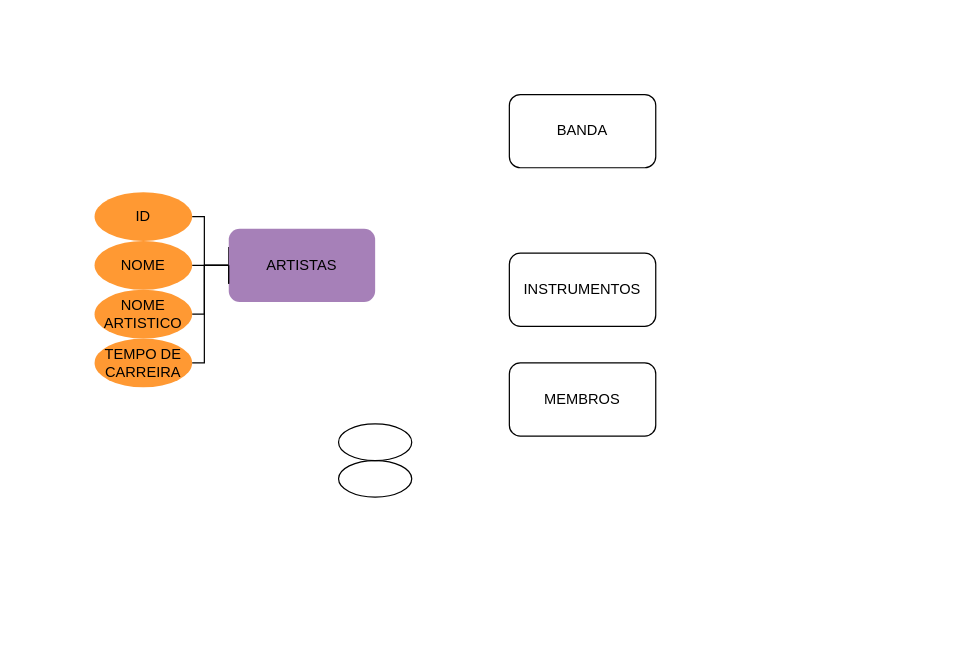
PedroRamosCunha/TrabWeb keeps this draw.io diagram as Untitled Diagram.drawio. Above is the earlier version. Source tidied: cells renumbered, new cells numbered last; positions are measured from the earlier drawing's top-left corner, leaving out a move shared by most shapes. Both pictures are drawn from the tidied source at 122%, with x=0, y=0 at pixel (94, 94).
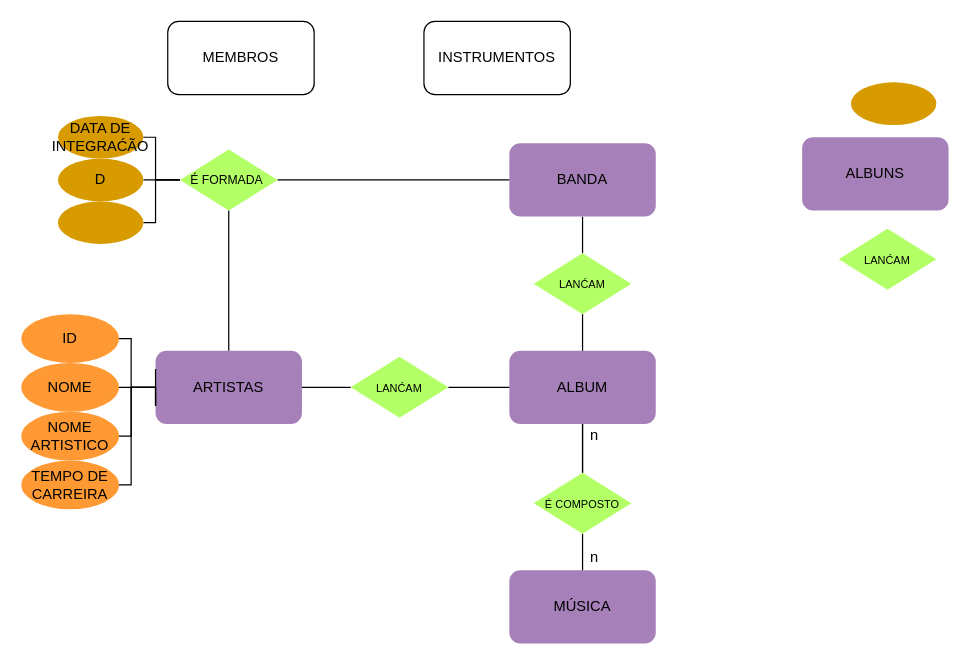
The same page after the edit.

Commit message:
TA GANHANDO FORMA

The edit, as a diff of the source:
```diff
@@
-    <mxCell id="2" style="edgeStyle=orthogonalEdgeStyle;rounded=0;jettySize=auto;html=1;exitX=0;exitY=0.5;exitDx=0;exitDy=0;entryX=1;entryY=0.5;entryDx=0;entryDy=0;endArrow=none;endFill=0;" parent="1" edge="1" source="6" target="13">
-      <mxGeometry relative="1" as="geometry" />
-    </mxCell>
-    <mxCell id="3" style="edgeStyle=orthogonalEdgeStyle;rounded=0;jettySize=auto;html=1;exitX=0;exitY=0.25;exitDx=0;exitDy=0;entryX=1;entryY=0.5;entryDx=0;entryDy=0;endArrow=none;endFill=0;" parent="1" edge="1" source="6" target="10">
-      <mxGeometry relative="1" as="geometry">
-        <Array as="points">
-          <mxPoint x="110" y="140" />
-          <mxPoint x="90" y="140" />
-          <mxPoint x="90" y="100" />
-        </Array>
-      </mxGeometry>
-    </mxCell>
-    <mxCell id="4" style="edgeStyle=orthogonalEdgeStyle;rounded=0;jettySize=auto;html=1;exitX=0;exitY=0.75;exitDx=0;exitDy=0;entryX=1;entryY=0.5;entryDx=0;entryDy=0;endArrow=none;endFill=0;" parent="1" edge="1" source="6" target="11">
-      <mxGeometry relative="1" as="geometry">
-        <Array as="points">
-          <mxPoint x="110" y="140" />
-          <mxPoint x="90" y="140" />
-          <mxPoint x="90" y="180" />
-        </Array>
-      </mxGeometry>
-    </mxCell>
-    <mxCell id="5" style="edgeStyle=orthogonalEdgeStyle;rounded=0;jettySize=auto;html=1;exitX=0;exitY=0.75;exitDx=0;exitDy=0;entryX=1;entryY=0.5;entryDx=0;entryDy=0;endArrow=none;endFill=0;" parent="1" edge="1" source="6" target="12">
-      <mxGeometry relative="1" as="geometry">
-        <Array as="points">
-          <mxPoint x="110" y="140" />
-          <mxPoint x="90" y="140" />
-          <mxPoint x="90" y="220" />
-        </Array>
-      </mxGeometry>
-    </mxCell>
-    <mxCell id="6" value="ARTISTAS" style="rounded=1;whiteSpace=wrap;html=1;strokeColor=none;fillColor=#A680B8;" parent="1" vertex="1">
-      <mxGeometry x="110" y="110" width="120" height="60" as="geometry" />
-    </mxCell>
+    <mxCell id="17" style="edgeStyle=orthogonalEdgeStyle;rounded=0;jettySize=auto;html=1;exitX=0.5;exitY=1;exitDx=0;exitDy=0;entryX=0.5;entryY=0;entryDx=0;entryDy=0;endArrow=none;endFill=0;" parent="1" edge="1" source="7" target="31">
+      <mxGeometry relative="1" as="geometry" />
+    </mxCell>
-    <mxCell id="7" value="BANDA" style="rounded=1;whiteSpace=wrap;html=1;" parent="1" vertex="1">
-      <mxGeometry x="340" width="120" height="60" as="geometry" />
+    <mxCell id="7" value="BANDA" style="rounded=1;whiteSpace=wrap;html=1;fillColor=#A680B8;strokeColor=none;" parent="1" vertex="1">
+      <mxGeometry x="340" y="40" width="120" height="60" as="geometry" />
     </mxCell>
     <mxCell id="8" value="INSTRUMENTOS" style="rounded=1;whiteSpace=wrap;html=1;" parent="1" vertex="1">
-      <mxGeometry x="340" y="130" width="120" height="60" as="geometry" />
+      <mxGeometry x="270" y="-60" width="120" height="60" as="geometry" />
     </mxCell>
     <mxCell id="9" value="MEMBROS" style="rounded=1;whiteSpace=wrap;html=1;" parent="1" vertex="1">
-      <mxGeometry x="340" y="220" width="120" height="60" as="geometry" />
+      <mxGeometry x="60" y="-60" width="120" height="60" as="geometry" />
     </mxCell>
+    <mxCell id="14" value="DATA DE INTEGRAĆÃO" style="ellipse;whiteSpace=wrap;html=1;fillColor=#D79B00;strokeColor=none;" parent="1" vertex="1">
+      <mxGeometry x="-30" y="17.5" width="70" height="35" as="geometry" />
+    </mxCell>
+    <mxCell id="18" style="edgeStyle=orthogonalEdgeStyle;rounded=0;jettySize=auto;html=1;endArrow=none;endFill=0;" parent="1" edge="1" source="19" target="23">
+      <mxGeometry relative="1" as="geometry" />
+    </mxCell>
+    <mxCell id="19" value="ALBUM" style="rounded=1;whiteSpace=wrap;html=1;fillColor=#A680B8;strokeColor=none;" parent="1" vertex="1">
+      <mxGeometry x="340" y="210" width="120" height="60" as="geometry" />
+    </mxCell>
+    <mxCell id="20" value="MÚSICA" style="rounded=1;whiteSpace=wrap;html=1;fillColor=#A680B8;strokeColor=none;" parent="1" vertex="1">
+      <mxGeometry x="340" y="390" width="120" height="60" as="geometry" />
+    </mxCell>
+    <mxCell id="21" style="edgeStyle=orthogonalEdgeStyle;rounded=0;jettySize=auto;html=1;exitX=0.5;exitY=1;exitDx=0;exitDy=0;endArrow=none;endFill=0;" parent="1" edge="1" source="23" target="20">
+      <mxGeometry relative="1" as="geometry" />
+    </mxCell>
+    <mxCell id="22" style="edgeStyle=orthogonalEdgeStyle;rounded=0;jettySize=auto;html=1;exitX=0.5;exitY=0;exitDx=0;exitDy=0;entryX=0.5;entryY=1;entryDx=0;entryDy=0;endArrow=none;endFill=0;" parent="1" edge="1" source="23" target="19">
+      <mxGeometry relative="1" as="geometry" />
+    </mxCell>
+    <mxCell id="23" value="&lt;font style=&quot;font-size: 9px&quot;&gt;É COMPOSTO&lt;br&gt;&lt;/font&gt;" style="rhombus;whiteSpace=wrap;html=1;strokeColor=none;fillColor=#B3FF66;" parent="1" vertex="1">
+      <mxGeometry x="360" y="310" width="80" height="50" as="geometry" />
+    </mxCell>
+    <mxCell id="24" value="n" style="text;html=1;strokeColor=none;fillColor=none;align=center;verticalAlign=middle;whiteSpace=wrap;rounded=0;" parent="1" vertex="1">
+      <mxGeometry x="390" y="270" width="40" height="20" as="geometry" />
+    </mxCell>
+    <mxCell id="25" value="n" style="text;html=1;strokeColor=none;fillColor=none;align=center;verticalAlign=middle;whiteSpace=wrap;rounded=0;" parent="1" vertex="1">
+      <mxGeometry x="390" y="370" width="40" height="20" as="geometry" />
+    </mxCell>
+    <mxCell id="26" style="group;" parent="1" vertex="1">
+      <mxGeometry x="-60" y="180" width="230" height="160" as="geometry" />
+    </mxCell>
+    <mxCell id="6" value="ARTISTAS" style="rounded=1;whiteSpace=wrap;html=1;strokeColor=none;fillColor=#A680B8;" parent="26" vertex="1">
+      <mxGeometry x="110" y="30" width="120" height="60" as="geometry" />
+    </mxCell>
-    <mxCell id="10" value="ID" style="ellipse;whiteSpace=wrap;html=1;fillColor=#FF9933;strokeColor=none;" parent="1" vertex="1">
-      <mxGeometry y="80" width="80" height="40" as="geometry" />
+    <mxCell id="10" value="ID" style="ellipse;whiteSpace=wrap;html=1;fillColor=#FF9933;strokeColor=none;" parent="26" vertex="1">
+      <mxGeometry width="80" height="40" as="geometry" />
     </mxCell>
+    <mxCell id="3" style="edgeStyle=orthogonalEdgeStyle;rounded=0;jettySize=auto;html=1;exitX=0;exitY=0.25;exitDx=0;exitDy=0;entryX=1;entryY=0.5;entryDx=0;entryDy=0;endArrow=none;endFill=0;" parent="26" edge="1" source="6" target="10">
+      <mxGeometry relative="1" as="geometry">
+        <Array as="points">
+          <mxPoint x="110" y="60" />
+          <mxPoint x="90" y="60" />
+          <mxPoint x="90" y="20" />
+        </Array>
+      </mxGeometry>
+    </mxCell>
-    <mxCell id="11" value="&lt;font style=&quot;line-height: 80% ; font-size: 12px&quot;&gt;NOME ARTISTICO&lt;/font&gt;" style="ellipse;whiteSpace=wrap;html=1;fillColor=#FF9933;strokeColor=none;" parent="1" vertex="1">
-      <mxGeometry y="160" width="80" height="40" as="geometry" />
+    <mxCell id="11" value="&lt;font style=&quot;line-height: 80% ; font-size: 12px&quot;&gt;NOME ARTISTICO&lt;/font&gt;" style="ellipse;whiteSpace=wrap;html=1;fillColor=#FF9933;strokeColor=none;" parent="26" vertex="1">
+      <mxGeometry y="80" width="80" height="40" as="geometry" />
     </mxCell>
+    <mxCell id="4" style="edgeStyle=orthogonalEdgeStyle;rounded=0;jettySize=auto;html=1;exitX=0;exitY=0.75;exitDx=0;exitDy=0;entryX=1;entryY=0.5;entryDx=0;entryDy=0;endArrow=none;endFill=0;" parent="26" edge="1" source="6" target="11">
+      <mxGeometry relative="1" as="geometry">
+        <Array as="points">
+          <mxPoint x="110" y="60" />
+          <mxPoint x="90" y="60" />
+          <mxPoint x="90" y="100" />
+        </Array>
+      </mxGeometry>
+    </mxCell>
-    <mxCell id="12" value="TEMPO DE CARREIRA" style="ellipse;whiteSpace=wrap;html=1;fillColor=#FF9933;strokeColor=none;" parent="1" vertex="1">
-      <mxGeometry y="200" width="80" height="40" as="geometry" />
+    <mxCell id="12" value="TEMPO DE CARREIRA" style="ellipse;whiteSpace=wrap;html=1;fillColor=#FF9933;strokeColor=none;" parent="26" vertex="1">
+      <mxGeometry y="120" width="80" height="40" as="geometry" />
     </mxCell>
+    <mxCell id="5" style="edgeStyle=orthogonalEdgeStyle;rounded=0;jettySize=auto;html=1;exitX=0;exitY=0.75;exitDx=0;exitDy=0;entryX=1;entryY=0.5;entryDx=0;entryDy=0;endArrow=none;endFill=0;" parent="26" edge="1" source="6" target="12">
+      <mxGeometry relative="1" as="geometry">
+        <Array as="points">
+          <mxPoint x="110" y="60" />
+          <mxPoint x="90" y="60" />
+          <mxPoint x="90" y="140" />
+        </Array>
+      </mxGeometry>
+    </mxCell>
-    <mxCell id="13" value="NOME" style="ellipse;whiteSpace=wrap;html=1;fillColor=#FF9933;strokeColor=none;" parent="1" vertex="1">
-      <mxGeometry y="120" width="80" height="40" as="geometry" />
+    <mxCell id="13" value="NOME" style="ellipse;whiteSpace=wrap;html=1;fillColor=#FF9933;strokeColor=none;" parent="26" vertex="1">
+      <mxGeometry y="40" width="80" height="40" as="geometry" />
     </mxCell>
-    <mxCell id="14" style="ellipse;whiteSpace=wrap;html=1;" parent="1" vertex="1">
-      <mxGeometry x="200" y="300" width="60" height="30" as="geometry" />
-    </mxCell>
-    <mxCell id="15" style="ellipse;whiteSpace=wrap;html=1;" parent="1" vertex="1">
-      <mxGeometry x="200" y="270" width="60" height="30" as="geometry" />
-    </mxCell>
+    <mxCell id="2" style="edgeStyle=orthogonalEdgeStyle;rounded=0;jettySize=auto;html=1;exitX=0;exitY=0.5;exitDx=0;exitDy=0;entryX=1;entryY=0.5;entryDx=0;entryDy=0;endArrow=none;endFill=0;" parent="26" edge="1" source="6" target="13">
+      <mxGeometry relative="1" as="geometry" />
+    </mxCell>
-    <mxCell id="16" style="edgeStyle=orthogonalEdgeStyle;rounded=0;orthogonalLoop=1;jettySize=auto;html=1;exitX=0;exitY=0.75;exitDx=0;exitDy=0;entryX=0;entryY=0.5;entryDx=0;entryDy=0;endArrow=none;endFill=0;" parent="1" edge="1" source="6" target="6">
+    <mxCell id="16" style="edgeStyle=orthogonalEdgeStyle;rounded=0;orthogonalLoop=1;jettySize=auto;html=1;exitX=0;exitY=0.75;exitDx=0;exitDy=0;entryX=0;entryY=0.5;entryDx=0;entryDy=0;endArrow=none;endFill=0;" parent="26" edge="1" source="6" target="6">
       <mxGeometry relative="1" as="geometry" />
     </mxCell>
+    <mxCell id="27" style="edgeStyle=orthogonalEdgeStyle;rounded=0;jettySize=auto;html=1;exitX=0;exitY=0.5;exitDx=0;exitDy=0;entryX=1;entryY=0.5;entryDx=0;entryDy=0;endArrow=none;endFill=0;" parent="1" edge="1" source="29" target="6">
+      <mxGeometry relative="1" as="geometry" />
+    </mxCell>
+    <mxCell id="28" style="edgeStyle=orthogonalEdgeStyle;rounded=0;jettySize=auto;html=1;exitX=1;exitY=0.5;exitDx=0;exitDy=0;entryX=0;entryY=0.5;entryDx=0;entryDy=0;endArrow=none;endFill=0;" parent="1" edge="1" source="29" target="19">
+      <mxGeometry relative="1" as="geometry" />
+    </mxCell>
+    <mxCell id="29" value="&lt;font style=&quot;font-size: 9px&quot;&gt;LANĆAM&lt;/font&gt;" style="rhombus;whiteSpace=wrap;html=1;strokeColor=none;fillColor=#B3FF66;" parent="1" vertex="1">
+      <mxGeometry x="210" y="215" width="80" height="50" as="geometry" />
+    </mxCell>
+    <mxCell id="30" style="edgeStyle=orthogonalEdgeStyle;rounded=0;jettySize=auto;html=1;exitX=0.5;exitY=1;exitDx=0;exitDy=0;entryX=0.5;entryY=0;entryDx=0;entryDy=0;endArrow=none;endFill=0;" parent="1" edge="1" source="31" target="19">
+      <mxGeometry relative="1" as="geometry" />
+    </mxCell>
+    <mxCell id="31" value="&lt;font style=&quot;font-size: 9px&quot;&gt;LANĆAM&lt;/font&gt;" style="rhombus;whiteSpace=wrap;html=1;strokeColor=none;fillColor=#B3FF66;" parent="1" vertex="1">
+      <mxGeometry x="360" y="130" width="80" height="50" as="geometry" />
+    </mxCell>
+    <mxCell id="32" style="edgeStyle=orthogonalEdgeStyle;rounded=0;jettySize=auto;html=1;exitX=1;exitY=0.5;exitDx=0;exitDy=0;entryX=0;entryY=0.5;entryDx=0;entryDy=0;endArrow=none;endFill=0;" parent="1" edge="1" source="37" target="7">
+      <mxGeometry relative="1" as="geometry" />
+    </mxCell>
+    <mxCell id="33" style="edgeStyle=orthogonalEdgeStyle;rounded=0;jettySize=auto;html=1;entryX=0.5;entryY=0;entryDx=0;entryDy=0;endArrow=none;endFill=0;" parent="1" edge="1" source="37" target="6">
+      <mxGeometry relative="1" as="geometry" />
+    </mxCell>
+    <mxCell id="34" style="edgeStyle=orthogonalEdgeStyle;rounded=0;jettySize=auto;html=1;exitX=0;exitY=0.5;exitDx=0;exitDy=0;entryX=1;entryY=0.5;entryDx=0;entryDy=0;endArrow=none;endFill=0;" parent="1" edge="1" source="37" target="14">
+      <mxGeometry relative="1" as="geometry" />
+    </mxCell>
+    <mxCell id="35" style="edgeStyle=orthogonalEdgeStyle;rounded=0;jettySize=auto;html=1;exitX=0;exitY=0.5;exitDx=0;exitDy=0;endArrow=none;endFill=0;" parent="1" edge="1" source="37" target="39">
+      <mxGeometry relative="1" as="geometry" />
+    </mxCell>
+    <mxCell id="36" style="edgeStyle=orthogonalEdgeStyle;rounded=0;jettySize=auto;html=1;exitX=0;exitY=0.5;exitDx=0;exitDy=0;entryX=1;entryY=0.5;entryDx=0;entryDy=0;endArrow=none;endFill=0;" parent="1" edge="1" source="37" target="38">
+      <mxGeometry relative="1" as="geometry" />
+    </mxCell>
+    <mxCell id="37" value="&lt;font size=&quot;1&quot;&gt;É FORMADA&amp;nbsp;&lt;/font&gt;" style="rhombus;whiteSpace=wrap;html=1;strokeColor=none;fillColor=#B3FF66;" parent="1" vertex="1">
+      <mxGeometry x="70" y="45" width="80" height="50" as="geometry" />
+    </mxCell>
+    <mxCell id="38" value="D" style="ellipse;whiteSpace=wrap;html=1;fillColor=#D79B00;strokeColor=none;" parent="1" vertex="1">
+      <mxGeometry x="-30" y="52.5" width="70" height="35" as="geometry" />
+    </mxCell>
+    <mxCell id="39" style="ellipse;whiteSpace=wrap;html=1;fillColor=#D79B00;strokeColor=none;" parent="1" vertex="1">
+      <mxGeometry x="-30" y="87.5" width="70" height="35" as="geometry" />
+    </mxCell>
+    <mxCell id="40" style="ellipse;whiteSpace=wrap;html=1;fillColor=#D79B00;strokeColor=none;" parent="1" vertex="1">
+      <mxGeometry x="620" y="-10" width="70" height="35" as="geometry" />
+    </mxCell>
+    <mxCell id="41" value="ALBUNS" style="rounded=1;whiteSpace=wrap;html=1;fillColor=#A680B8;strokeColor=none;" parent="1" vertex="1">
+      <mxGeometry x="580" y="35" width="120" height="60" as="geometry" />
+    </mxCell>
+    <mxCell id="42" value="&lt;font style=&quot;font-size: 9px&quot;&gt;LANĆAM&lt;/font&gt;" style="rhombus;whiteSpace=wrap;html=1;strokeColor=none;fillColor=#B3FF66;" parent="1" vertex="1">
+      <mxGeometry x="610" y="110" width="80" height="50" as="geometry" />
+    </mxCell>
```
